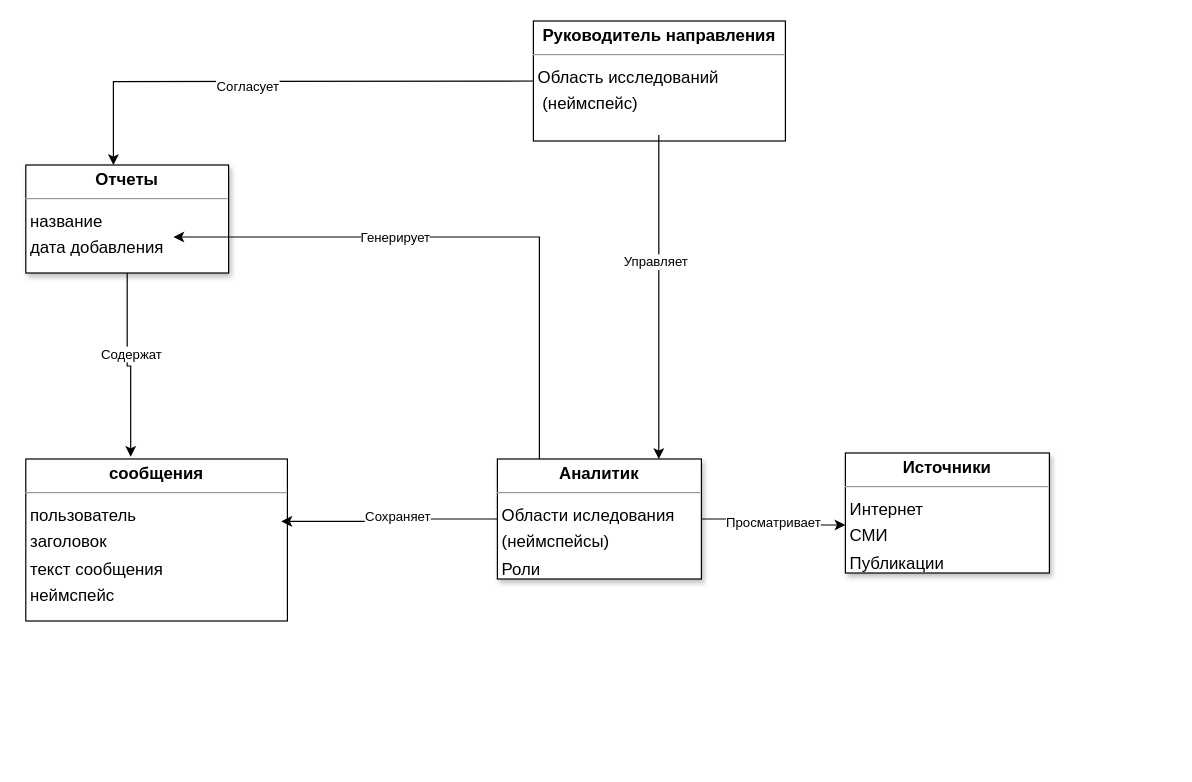
Earlier version of the draw.io diagram page "Концептуальная-после" (2 of 6) of messages_db_new.drawio (Avokada/diplom). Source tidied: cells renumbered, new cells numbered last; positions are measured from the earlier drawing's top-left corner, leaving out a move shared by most shapes. Both pictures are drawn from the tidied source at 120%, with x=0, y=0 at pixel (25, 20).
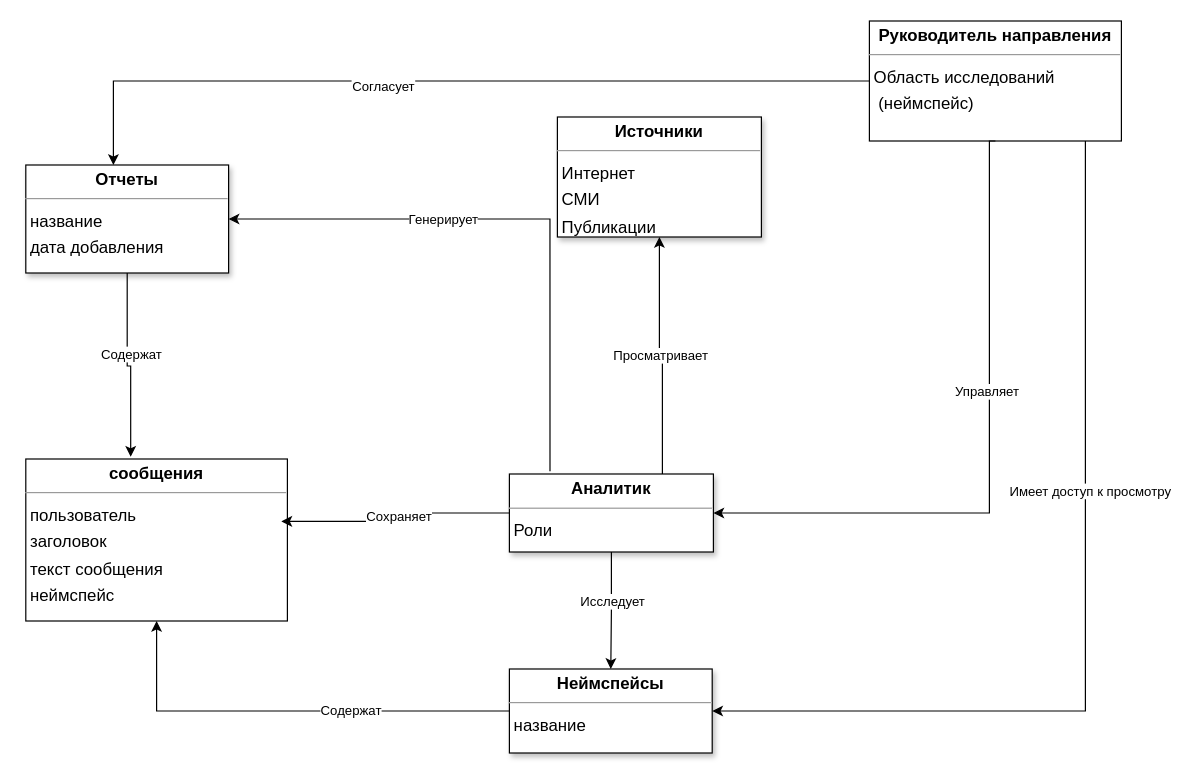
The same page after the edit.

The change refers to these unchanged cells:
```xml
<mxCell id="3" value="&lt;p style=&quot;margin:0px;margin-top:4px;text-align:center;&quot;&gt;&lt;b&gt;сообщения&lt;/b&gt;&lt;/p&gt;&lt;hr size=&quot;1&quot;&gt;&lt;p style=&quot;margin:0 0 0 4px;line-height:1.6;&quot;&gt; пользователь&lt;/p&gt;&lt;p style=&quot;margin:0 0 0 4px;line-height:1.6;&quot;&gt;заголовок&lt;/p&gt;&lt;p style=&quot;margin:0 0 0 4px;line-height:1.6;&quot;&gt;текст сообщения&lt;br&gt;неймспейс&lt;/p&gt;&lt;p style=&quot;margin:0 0 0 4px;line-height:1.6;&quot;&gt;&lt;br&gt;&lt;/p&gt;" style="verticalAlign=top;align=left;overflow=fill;fontSize=14;fontFamily=Helvetica;html=1;rounded=0;shadow=0;comic=0;labelBackgroundColor=none;strokeWidth=1;" parent="1" vertex="1">
  <mxGeometry y="365" width="218" height="135" as="geometry" />
</mxCell>
<mxCell id="8" value="&lt;p style=&quot;margin:0px;margin-top:4px;text-align:center;&quot;&gt;&lt;b&gt;Отчеты&lt;/b&gt;&lt;/p&gt;&lt;hr size=&quot;1&quot;&gt;&lt;p style=&quot;margin:0 0 0 4px;line-height:1.6;&quot;&gt;название&lt;br&gt;дата добавления&lt;br&gt;&lt;/p&gt;" style="verticalAlign=top;align=left;overflow=fill;fontSize=14;fontFamily=Helvetica;html=1;rounded=0;shadow=1;comic=0;labelBackgroundColor=none;strokeWidth=1;" parent="1" vertex="1">
  <mxGeometry y="120" width="169" height="90" as="geometry" />
</mxCell>
```

Diff of the diagram source:
```diff
@@
     <mxCell id="2" value="&lt;p style=&quot;margin:0px;margin-top:4px;text-align:center;&quot;&gt;&lt;b&gt;Источники&lt;/b&gt;&lt;/p&gt;&lt;hr size=&quot;1&quot;&gt;&lt;p style=&quot;margin:0 0 0 4px;line-height:1.6;&quot;&gt;Интернет&lt;/p&gt;&lt;p style=&quot;margin:0 0 0 4px;line-height:1.6;&quot;&gt;СМИ&lt;/p&gt;&lt;p style=&quot;margin:0 0 0 4px;line-height:1.6;&quot;&gt;Публикации&lt;/p&gt;" style="verticalAlign=top;align=left;overflow=fill;fontSize=14;fontFamily=Helvetica;html=1;rounded=0;shadow=1;comic=0;labelBackgroundColor=none;strokeWidth=1;" parent="1" vertex="1">
-      <mxGeometry x="683" y="360" width="170" height="100" as="geometry" />
+      <mxGeometry x="443" y="80" width="170" height="100" as="geometry" />
     </mxCell>
@@
-    <mxCell id="9" style="edgeStyle=orthogonalEdgeStyle;rounded=0;orthogonalLoop=1;jettySize=auto;html=1;" parent="1" edge="1">
+    <mxCell id="9" style="edgeStyle=orthogonalEdgeStyle;rounded=0;jettySize=auto;html=1;exitX=0.199;exitY=-0.036;exitDx=0;exitDy=0;exitPerimeter=0;entryX=1;entryY=0.5;entryDx=0;entryDy=0;" parent="1" edge="1" source="11" target="8">
       <mxGeometry relative="1" as="geometry">
-        <mxPoint x="428" y="365" as="sourcePoint" />
-        <mxPoint x="123" y="180" as="targetPoint" />
         <Array as="points">
-          <mxPoint x="428" y="180" />
+          <mxPoint x="437" y="165" />
         </Array>
       </mxGeometry>
     </mxCell>
@@
+    <mxCell id="20" style="edgeStyle=orthogonalEdgeStyle;rounded=0;jettySize=auto;html=1;" parent="1" edge="1" source="11" target="26">
+      <mxGeometry relative="1" as="geometry" />
+    </mxCell>
+    <mxCell id="21" value="Исследует" style="edgeLabel;html=1;align=center;verticalAlign=middle;" parent="20" vertex="1">
+      <mxGeometry x="-0.17" relative="1" as="geometry" />
+    </mxCell>
-    <mxCell id="11" value="&lt;p style=&quot;margin:0px;margin-top:4px;text-align:center;&quot;&gt;&lt;b&gt;Аналитик&lt;/b&gt;&lt;/p&gt;&lt;hr size=&quot;1&quot;&gt;&lt;p style=&quot;margin:0 0 0 4px;line-height:1.6;&quot;&gt;Области иследования&amp;nbsp;&lt;/p&gt;&lt;p style=&quot;margin:0 0 0 4px;line-height:1.6;&quot;&gt;(неймспейсы)&amp;nbsp;&lt;/p&gt;&lt;p style=&quot;margin:0 0 0 4px;line-height:1.6;&quot;&gt;Роли&lt;/p&gt;" style="verticalAlign=top;align=left;overflow=fill;fontSize=14;fontFamily=Helvetica;html=1;rounded=0;shadow=1;comic=0;labelBackgroundColor=none;strokeWidth=1;" parent="1" vertex="1">
-      <mxGeometry x="393" y="365" width="170" height="100" as="geometry" />
+    <mxCell id="11" value="&lt;p style=&quot;margin:0px;margin-top:4px;text-align:center;&quot;&gt;&lt;b&gt;Аналитик&lt;/b&gt;&lt;/p&gt;&lt;hr size=&quot;1&quot;&gt;&lt;p style=&quot;margin:0 0 0 4px;line-height:1.6;&quot;&gt;Роли&lt;br&gt;&lt;/p&gt;" style="verticalAlign=top;align=left;overflow=fill;fontSize=14;fontFamily=Helvetica;html=1;rounded=0;shadow=1;comic=0;labelBackgroundColor=none;strokeWidth=1;" parent="1" vertex="1">
+      <mxGeometry x="403" y="377.5" width="170" height="65" as="geometry" />
     </mxCell>
@@
-    <mxCell id="14" value="Просматривает" style="edgeStyle=orthogonalEdgeStyle;rounded=0;jettySize=auto;html=1;entryX=0;entryY=0.6;entryDx=0;entryDy=0;entryPerimeter=0;" parent="1" edge="1" source="11" target="2">
+    <mxCell id="14" value="Просматривает" style="edgeStyle=orthogonalEdgeStyle;rounded=0;jettySize=auto;html=1;entryX=0.5;entryY=1;entryDx=0;entryDy=0;exitX=0.75;exitY=0;exitDx=0;exitDy=0;" parent="1" edge="1" source="11" target="2">
       <mxGeometry relative="1" as="geometry" />
     </mxCell>
-    <mxCell id="15" style="edgeStyle=orthogonalEdgeStyle;rounded=0;jettySize=auto;html=1;entryX=0.432;entryY=0;entryDx=0;entryDy=0;entryPerimeter=0;" parent="1" edge="1" target="8">
-      <mxGeometry relative="1" as="geometry">
-        <mxPoint x="433" y="50" as="sourcePoint" />
-      </mxGeometry>
+    <mxCell id="15" style="edgeStyle=orthogonalEdgeStyle;rounded=0;jettySize=auto;html=1;entryX=0.432;entryY=0;entryDx=0;entryDy=0;entryPerimeter=0;exitX=0;exitY=0.5;exitDx=0;exitDy=0;" parent="1" edge="1" source="17" target="8">
+      <mxGeometry relative="1" as="geometry" />
     </mxCell>
@@
+    <mxCell id="22" style="edgeStyle=orthogonalEdgeStyle;rounded=0;jettySize=auto;html=1;entryX=1;entryY=0.5;entryDx=0;entryDy=0;" parent="1" edge="1" source="17" target="26">
+      <mxGeometry relative="1" as="geometry">
+        <Array as="points">
+          <mxPoint x="883" y="575" />
+        </Array>
+      </mxGeometry>
+    </mxCell>
+    <mxCell id="23" value="Имеет доступ к просмотру" style="edgeLabel;html=1;align=center;verticalAlign=middle;" parent="22" vertex="1">
+      <mxGeometry x="-0.26" y="3" relative="1" as="geometry" />
+    </mxCell>
     <mxCell id="17" value="&lt;p style=&quot;margin:0px;margin-top:4px;text-align:center;&quot;&gt;&lt;b&gt;Руководитель направления&lt;/b&gt;&lt;/p&gt;&lt;hr size=&quot;1&quot;&gt;&lt;p style=&quot;margin:0 0 0 4px;line-height:1.6;&quot;&gt;Область исследований&lt;/p&gt;&lt;p style=&quot;margin:0 0 0 4px;line-height:1.6;&quot;&gt;&amp;nbsp;(неймспейс)&amp;nbsp;&lt;/p&gt;" style="verticalAlign=top;align=left;overflow=fill;fontSize=14;fontFamily=Helvetica;html=1;rounded=0;shadow=0;comic=0;labelBackgroundColor=none;strokeWidth=1;" parent="1" vertex="1">
-      <mxGeometry x="423" width="210" height="100" as="geometry" />
+      <mxGeometry x="703" width="210" height="100" as="geometry" />
     </mxCell>
-    <mxCell id="18" style="edgeStyle=orthogonalEdgeStyle;rounded=0;orthogonalLoop=1;jettySize=auto;html=1;entryX=0.794;entryY=0.05;entryDx=0;entryDy=0;entryPerimeter=0;" parent="1" edge="1">
+    <mxCell id="18" style="edgeStyle=orthogonalEdgeStyle;rounded=0;jettySize=auto;html=1;entryX=1;entryY=0.5;entryDx=0;entryDy=0;exitX=0.5;exitY=1;exitDx=0;exitDy=0;" parent="1" edge="1" source="17" target="11">
       <mxGeometry relative="1" as="geometry">
-        <mxPoint x="527.5" y="95" as="sourcePoint" />
-        <mxPoint x="527.5" y="365" as="targetPoint" />
+        <Array as="points">
+          <mxPoint x="803" y="100" />
+          <mxPoint x="803" y="410" />
+        </Array>
       </mxGeometry>
     </mxCell>
@@
+    <mxCell id="24" style="edgeStyle=orthogonalEdgeStyle;rounded=0;jettySize=auto;html=1;entryX=0.5;entryY=1;entryDx=0;entryDy=0;" parent="1" edge="1" source="26" target="3">
+      <mxGeometry relative="1" as="geometry" />
+    </mxCell>
+    <mxCell id="25" value="Содержат" style="edgeLabel;html=1;align=center;verticalAlign=middle;" parent="24" vertex="1">
+      <mxGeometry x="-0.28" y="-1" relative="1" as="geometry" />
+    </mxCell>
+    <mxCell id="26" value="&lt;p style=&quot;margin:0px;margin-top:4px;text-align:center;&quot;&gt;&lt;b&gt;Неймспейсы&lt;/b&gt;&lt;/p&gt;&lt;hr size=&quot;1&quot;&gt;&lt;p style=&quot;margin:0 0 0 4px;line-height:1.6;&quot;&gt;название&lt;br&gt;&lt;/p&gt;" style="verticalAlign=top;align=left;overflow=fill;fontSize=14;fontFamily=Helvetica;html=1;rounded=0;shadow=1;comic=0;labelBackgroundColor=none;strokeWidth=1;" parent="1" vertex="1">
+      <mxGeometry x="403" y="540" width="169" height="70" as="geometry" />
+    </mxCell>
```
